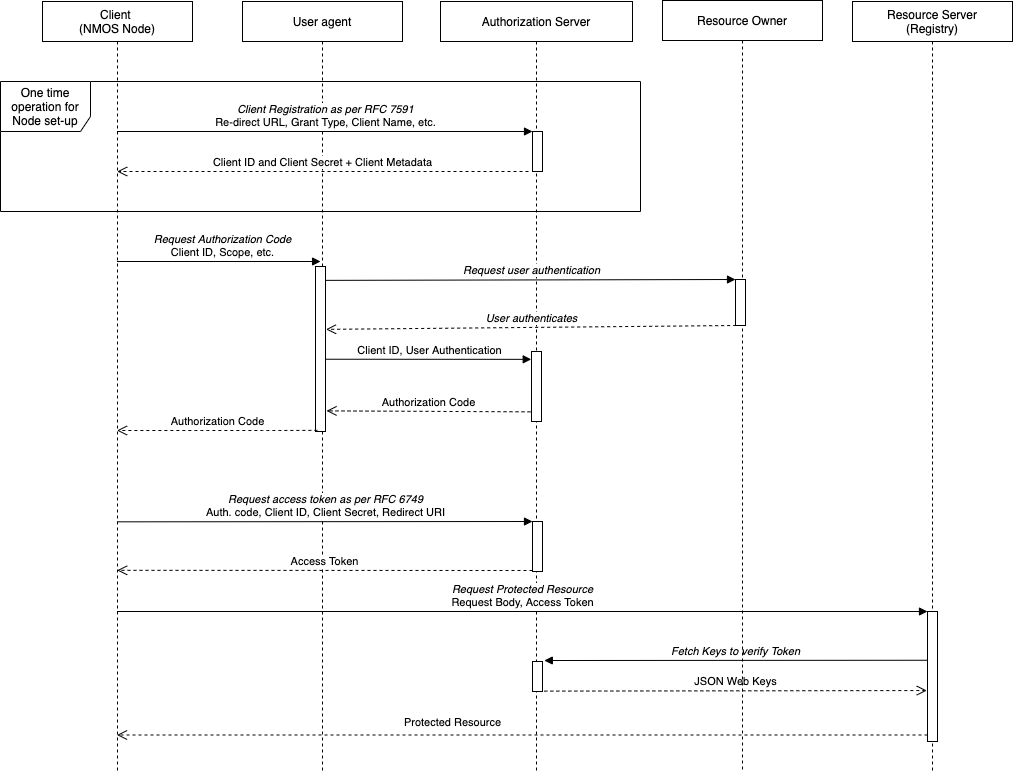
Before: docs/images/authorization_flow.png, a diagram exported from draw.io (AMWA-TV/is-10). Source tidied: cells renumbered, new cells last; positions are measured from the earlier drawing's top-left corner, leaving out a move shared by most shapes.
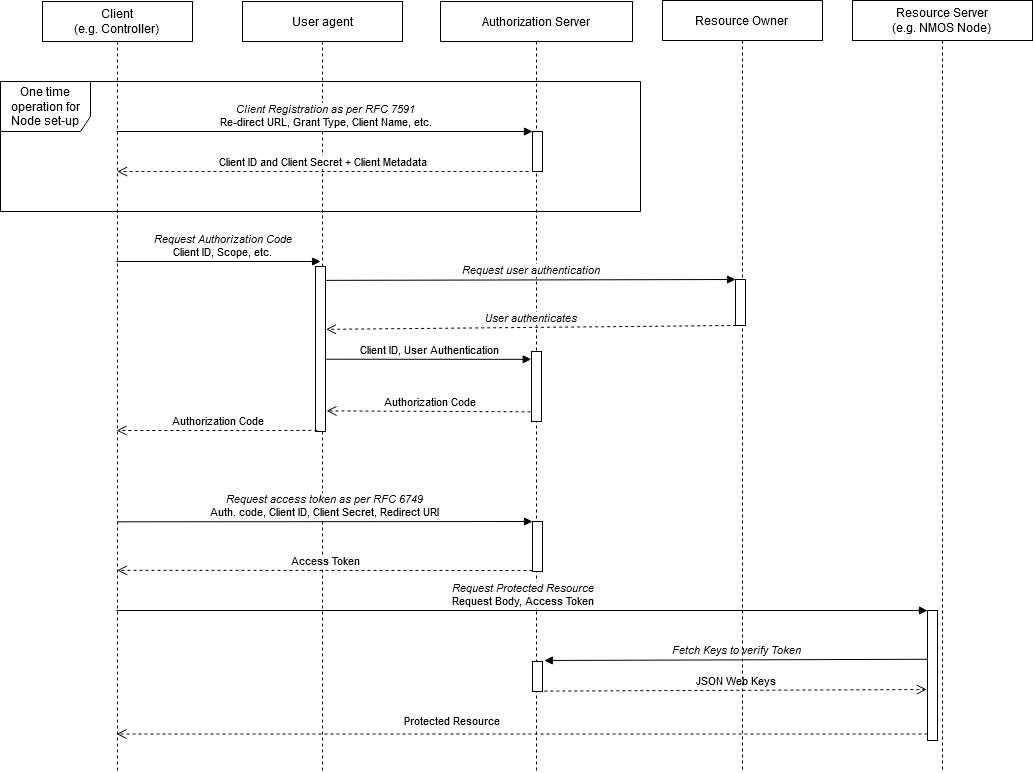
The same file after the commit.

Commit message:
add client credentials grant diagram alongside auth code grant and alter client references

Change to the diagram source:
```diff
@@ -2,9 +2,9 @@
   <root>
     <mxCell id="0" />
     <mxCell id="1" parent="0" />
-    <mxCell id="2" value="Client &lt;br&gt;(NMOS Node)" style="shape=umlLifeline;perimeter=lifelinePerimeter;whiteSpace=wrap;html=1;outlineConnect=0;" parent="1" vertex="1">
-      <mxGeometry x="42" y="1" width="150" height="770" as="geometry" />
-    </mxCell>
+    <mxCell id="29" value="&lt;div&gt;Client&lt;/div&gt;&lt;div&gt;(e.g. Controller)&lt;br&gt; &lt;/div&gt;" style="shape=umlLifeline;perimeter=lifelinePerimeter;whiteSpace=wrap;html=1;outlineConnect=0;" parent="1" vertex="1">
+      <mxGeometry x="42" y="1" width="150" height="770" as="geometry" />
+    </mxCell>
     <mxCell id="3" value="User agent" style="shape=umlLifeline;perimeter=lifelinePerimeter;whiteSpace=wrap;html=1;" parent="1" vertex="1">
       <mxGeometry x="242" y="1" width="160" height="770" as="geometry" />
     </mxCell>
@@ -40,13 +40,13 @@
     <mxCell id="12" style="html=1;points=[];perimeter=orthogonalPerimeter;" parent="5" vertex="1">
       <mxGeometry x="92" y="660" width="10" height="30" as="geometry" />
     </mxCell>
-    <mxCell id="13" value="Resource Server&lt;br&gt;(Registry)&lt;br&gt;" style="shape=umlLifeline;perimeter=lifelinePerimeter;whiteSpace=wrap;html=1;" parent="1" vertex="1">
-      <mxGeometry x="852" y="1" width="160" height="770" as="geometry" />
-    </mxCell>
+    <mxCell id="30" value="&lt;div&gt;Resource Server&lt;/div&gt;&lt;div&gt;(e.g. NMOS Node)&lt;br&gt;&lt;/div&gt;" style="shape=umlLifeline;perimeter=lifelinePerimeter;whiteSpace=wrap;html=1;" parent="1" vertex="1">
+      <mxGeometry x="852" width="180" height="771" as="geometry" />
+    </mxCell>
-    <mxCell id="14" style="html=1;points=[];perimeter=orthogonalPerimeter;" parent="13" vertex="1">
+    <mxCell id="14" style="html=1;points=[];perimeter=orthogonalPerimeter;" parent="30" vertex="1">
       <mxGeometry x="75" y="610" width="10" height="130" as="geometry" />
     </mxCell>
-    <mxCell id="15" value="&lt;i&gt;Client Registration as per RFC 7591&lt;br&gt;&lt;/i&gt;Re-direct URL, Grant Type, Client Name, etc. " style="html=1;verticalAlign=bottom;endArrow=block;entryX=0;entryY=0;" parent="1" edge="1" source="2" target="7">
+    <mxCell id="15" value="&lt;i&gt;Client Registration as per RFC 7591&lt;br&gt;&lt;/i&gt;Re-direct URL, Grant Type, Client Name, etc. " style="html=1;verticalAlign=bottom;endArrow=block;entryX=0;entryY=0;" parent="1" edge="1" source="29" target="7">
       <mxGeometry relative="1" as="geometry" />
     </mxCell>
     <mxCell id="16" value="Client ID and Client Secret + Client Metadata" style="html=1;verticalAlign=bottom;endArrow=open;dashed=1;endSize=8;" parent="1" edge="1">
@@ -55,7 +55,7 @@
         <mxPoint x="116.7" y="171" as="targetPoint" />
       </mxGeometry>
     </mxCell>
-    <mxCell id="17" value="Authorization Code" style="html=1;verticalAlign=bottom;endArrow=open;dashed=1;endSize=8;exitX=0.186;exitY=0.993;exitDx=0;exitDy=0;exitPerimeter=0;" parent="1" edge="1" source="4" target="2">
+    <mxCell id="17" value="Authorization Code" style="html=1;verticalAlign=bottom;endArrow=open;dashed=1;endSize=8;exitX=0.186;exitY=0.993;exitDx=0;exitDy=0;exitPerimeter=0;" parent="1" edge="1" source="4" target="29">
       <mxGeometry relative="1" as="geometry">
         <Array as="points">
           <mxPoint x="272" y="430" />
@@ -63,10 +63,10 @@
         </Array>
       </mxGeometry>
     </mxCell>
-    <mxCell id="18" value="Protected Resource" style="html=1;verticalAlign=bottom;endArrow=open;dashed=1;endSize=8;exitX=0;exitY=0.95;" parent="1" edge="1" source="14" target="2">
+    <mxCell id="18" value="Protected Resource" style="html=1;verticalAlign=bottom;endArrow=open;dashed=1;endSize=8;exitX=0;exitY=0.95;" parent="1" edge="1" source="14" target="29">
       <mxGeometry x="0.17" y="-4" relative="1" as="geometry" />
     </mxCell>
-    <mxCell id="19" value="&lt;i&gt;Request Protected Resource&lt;/i&gt;&lt;br&gt;Request Body, Access Token&lt;br&gt;" style="html=1;verticalAlign=bottom;endArrow=block;entryX=0;entryY=0;" parent="1" edge="1" source="2" target="14">
+    <mxCell id="19" value="&lt;i&gt;Request Protected Resource&lt;/i&gt;&lt;br&gt;Request Body, Access Token&lt;br&gt;" style="html=1;verticalAlign=bottom;endArrow=block;entryX=0;entryY=0;" parent="1" edge="1" source="29" target="14">
       <mxGeometry relative="1" as="geometry" />
     </mxCell>
     <mxCell id="20" value="&lt;i&gt;Fetch Keys to verify Token&lt;br&gt;&lt;/i&gt;" style="html=1;verticalAlign=bottom;endArrow=block;entryX=1.181;entryY=-0.033;entryPerimeter=0;exitX=0.005;exitY=0.375;exitDx=0;exitDy=0;exitPerimeter=0;" parent="1" edge="1" source="14" target="12">
@@ -87,7 +87,7 @@
     <mxCell id="25" style="html=1;points=[];perimeter=orthogonalPerimeter;" parent="24" vertex="1">
       <mxGeometry x="73" y="279" width="10" height="46" as="geometry" />
     </mxCell>
-    <mxCell id="26" value="&lt;div&gt;&lt;i&gt;Request Authorization Code&lt;/i&gt;&lt;br&gt;&lt;/div&gt;&lt;div&gt;Client ID, Scope, etc.&lt;br&gt;&lt;/div&gt;" style="html=1;verticalAlign=bottom;endArrow=block;" parent="1" edge="1" source="2">
+    <mxCell id="26" value="&lt;div&gt;&lt;i&gt;Request Authorization Code&lt;/i&gt;&lt;br&gt;&lt;/div&gt;&lt;div&gt;Client ID, Scope, etc.&lt;br&gt;&lt;/div&gt;" style="html=1;verticalAlign=bottom;endArrow=block;" parent="1" edge="1" source="29">
       <mxGeometry x="0.03" relative="1" as="geometry">
         <mxPoint x="320.1" y="261" as="targetPoint" />
       </mxGeometry>
```
